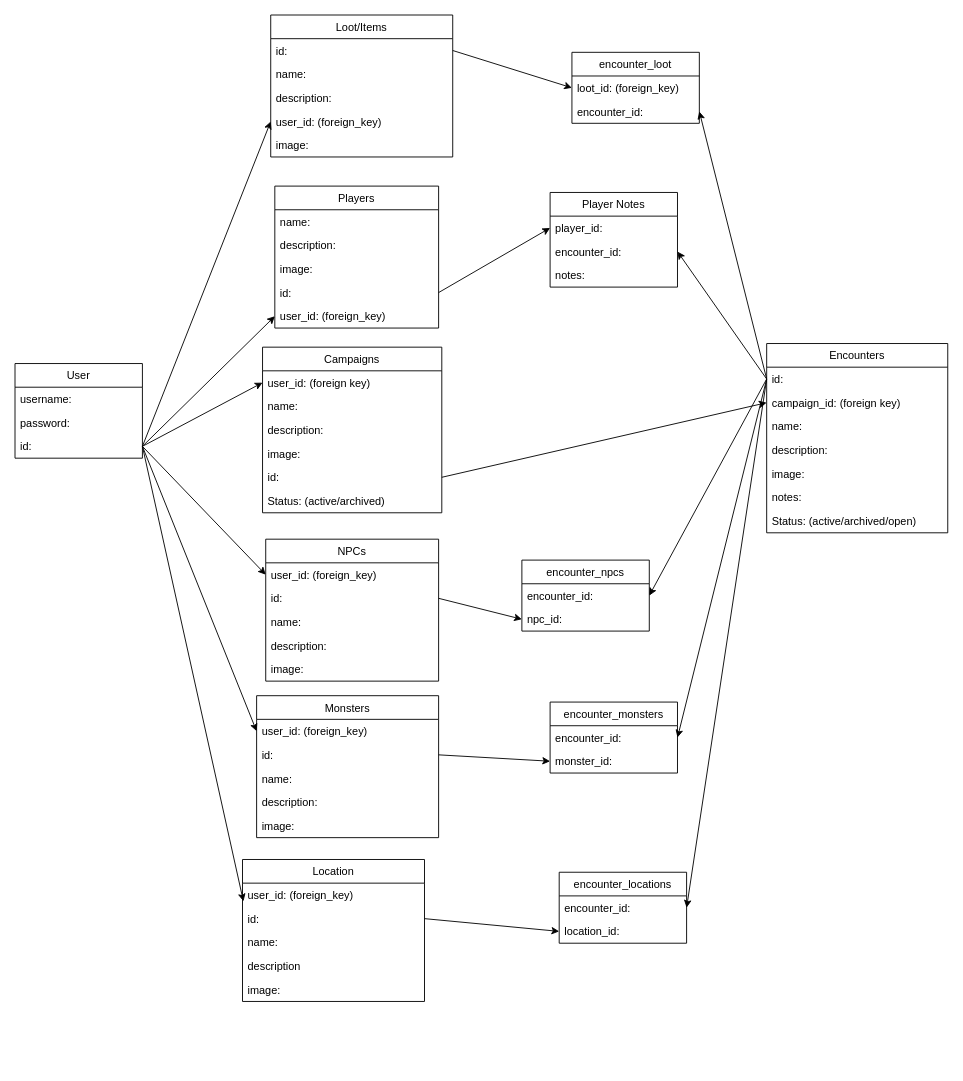
Earlier version of the draw.io diagram phase-4-project.drawio (Matt-Eva/Encounter). Source tidied: cells renumbered, new cells numbered last; positions are measured from the earlier drawing's top-left corner, leaving out a move shared by most shapes. Both pictures are drawn from the tidied source at 91%, with x=0, y=0 at pixel (15, 15).
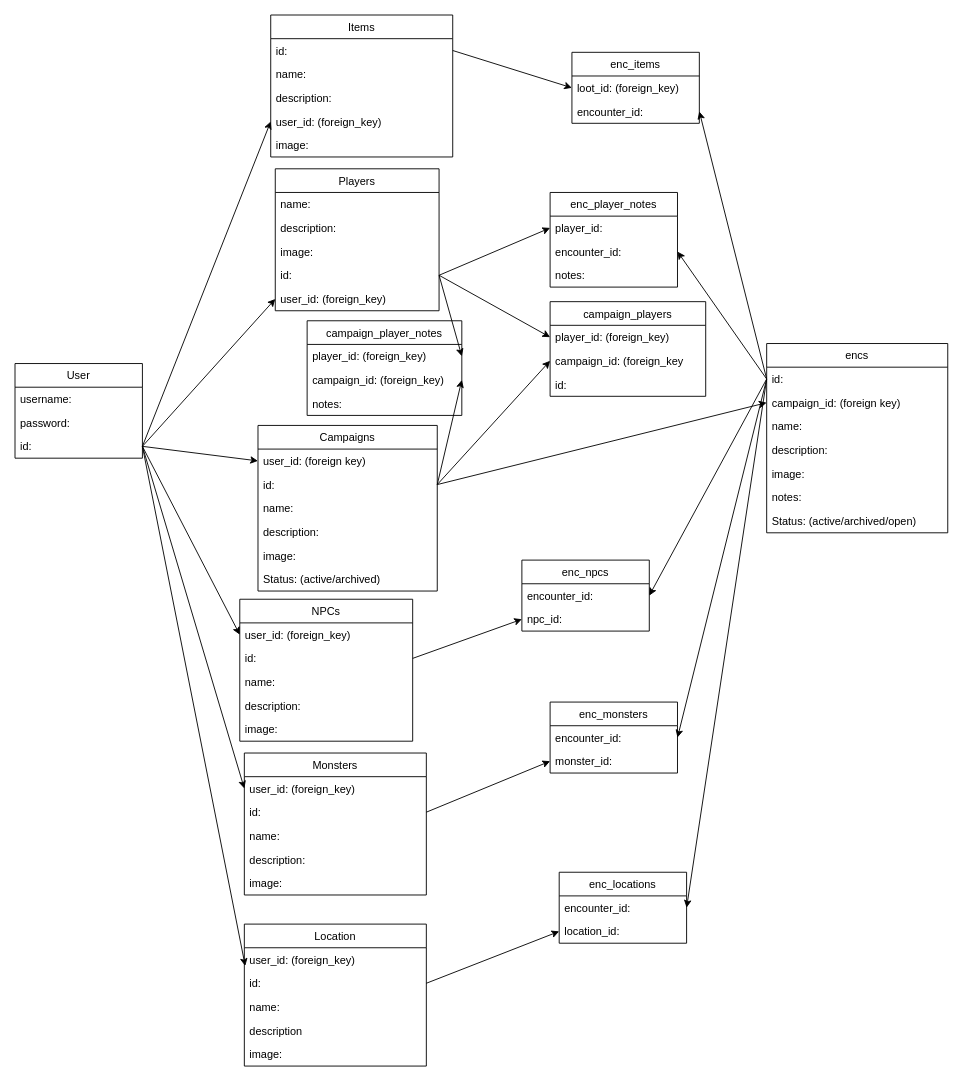
The same diagram, later.

The change refers to these unchanged cells:
```xml
<mxCell id="17" value="id:" style="text;strokeColor=none;fillColor=none;align=left;verticalAlign=top;spacingLeft=4;spacingRight=4;overflow=hidden;points=[[0,0.5],[1,0.5]];portConstraint=eastwest;" parent="13" vertex="1">
  <mxGeometry y="104" width="180" height="26" as="geometry" />
</mxCell>
```

Diff of the diagram source:
```diff
@@
     <mxCell id="6" value="Campaigns" style="swimlane;fontStyle=0;horizontal=1;startSize=26;fillColor=none;" parent="1" vertex="1">
-      <mxGeometry x="272" y="365" width="197" height="182" as="geometry" />
+      <mxGeometry x="267" y="451" width="197" height="182" as="geometry" />
     </mxCell>
@@
+    <mxCell id="11" value="id: " style="text;strokeColor=none;fillColor=none;align=left;verticalAlign=top;spacingLeft=4;spacingRight=4;overflow=hidden;points=[[0,0.5],[1,0.5]];portConstraint=eastwest;" parent="6" vertex="1">
+      <mxGeometry y="52" width="197" height="26" as="geometry" />
+    </mxCell>
     <mxCell id="8" value="name:" style="text;strokeColor=none;fillColor=none;align=left;verticalAlign=top;spacingLeft=4;spacingRight=4;overflow=hidden;" parent="6" vertex="1">
-      <mxGeometry y="52" width="197" height="26" as="geometry" />
+      <mxGeometry y="78" width="197" height="26" as="geometry" />
     </mxCell>
     <mxCell id="9" value="description: " style="text;strokeColor=none;fillColor=none;align=left;verticalAlign=top;spacingLeft=4;spacingRight=4;overflow=hidden;" parent="6" vertex="1">
-      <mxGeometry y="78" width="197" height="26" as="geometry" />
+      <mxGeometry y="104" width="197" height="26" as="geometry" />
     </mxCell>
     <mxCell id="10" value="image: " style="text;strokeColor=none;fillColor=none;align=left;verticalAlign=top;spacingLeft=4;spacingRight=4;overflow=hidden;" parent="6" vertex="1">
-      <mxGeometry y="104" width="197" height="26" as="geometry" />
+      <mxGeometry y="130" width="197" height="26" as="geometry" />
     </mxCell>
-    <mxCell id="11" value="id: " style="text;strokeColor=none;fillColor=none;align=left;verticalAlign=top;spacingLeft=4;spacingRight=4;overflow=hidden;points=[[0,0.5],[1,0.5]];portConstraint=eastwest;" parent="6" vertex="1">
-      <mxGeometry y="130" width="197" height="26" as="geometry" />
-    </mxCell>
@@
     <mxCell id="13" value="Players" style="swimlane;fontStyle=0;horizontal=1;startSize=26;fillColor=none;" parent="1" vertex="1">
-      <mxGeometry x="285.5" y="188" width="180" height="156" as="geometry" />
+      <mxGeometry x="286" y="169" width="180" height="156" as="geometry" />
     </mxCell>
@@
-    <mxCell id="19" value="Encounters" style="swimlane;fontStyle=0;horizontal=1;startSize=26;fillColor=none;" parent="1" vertex="1">
+    <mxCell id="19" value="encs" style="swimlane;fontStyle=0;horizontal=1;startSize=26;fillColor=none;" parent="1" vertex="1">
       <mxGeometry x="826" y="361" width="199" height="208" as="geometry" />
     </mxCell>
@@
     <mxCell id="27" value="NPCs" style="swimlane;fontStyle=0;horizontal=1;startSize=26;fillColor=none;" parent="1" vertex="1">
-      <mxGeometry x="275.5" y="576" width="190" height="156" as="geometry" />
+      <mxGeometry x="247" y="642" width="190" height="156" as="geometry" />
     </mxCell>
@@
     <mxCell id="33" value="Monsters" style="swimlane;fontStyle=0;horizontal=1;startSize=26;fillColor=none;" parent="1" vertex="1">
-      <mxGeometry x="265.5" y="748" width="200" height="156" as="geometry" />
+      <mxGeometry x="252" y="811" width="200" height="156" as="geometry" />
     </mxCell>
@@
-    <mxCell id="39" value="Loot/Items" style="swimlane;fontStyle=0;horizontal=1;startSize=26;fillColor=none;" parent="1" vertex="1">
+    <mxCell id="39" value="Items" style="swimlane;fontStyle=0;horizontal=1;startSize=26;fillColor=none;" parent="1" vertex="1">
       <mxGeometry x="281" width="200" height="156" as="geometry" />
     </mxCell>
@@
-    <mxCell id="45" value="Player Notes" style="swimlane;fontStyle=0;horizontal=1;startSize=26;fillColor=none;" parent="1" vertex="1">
+    <mxCell id="45" value="enc_player_notes" style="swimlane;fontStyle=0;horizontal=1;startSize=26;fillColor=none;" parent="1" vertex="1">
       <mxGeometry x="588" y="195" width="140" height="104" as="geometry" />
     </mxCell>
@@
-    <mxCell id="49" value="encounter_npcs" style="swimlane;fontStyle=0;horizontal=1;startSize=26;fillColor=none;" parent="1" vertex="1">
+    <mxCell id="49" value="enc_npcs" style="swimlane;fontStyle=0;horizontal=1;startSize=26;fillColor=none;" parent="1" vertex="1">
       <mxGeometry x="557" y="599" width="140" height="78" as="geometry" />
     </mxCell>
@@
-    <mxCell id="52" value="encounter_monsters" style="swimlane;fontStyle=0;horizontal=1;startSize=26;fillColor=none;" parent="1" vertex="1">
+    <mxCell id="52" value="enc_monsters" style="swimlane;fontStyle=0;horizontal=1;startSize=26;fillColor=none;" parent="1" vertex="1">
       <mxGeometry x="588" y="755" width="140" height="78" as="geometry" />
     </mxCell>
@@
-    <mxCell id="55" value="encounter_loot" style="swimlane;fontStyle=0;horizontal=1;startSize=26;fillColor=none;" parent="1" vertex="1">
+    <mxCell id="55" value="enc_items" style="swimlane;fontStyle=0;horizontal=1;startSize=26;fillColor=none;" parent="1" vertex="1">
       <mxGeometry x="612" y="41" width="140" height="78" as="geometry" />
     </mxCell>
@@
     <mxCell id="59" value="Location" style="swimlane;fontStyle=0;horizontal=1;startSize=26;fillColor=none;" parent="1" vertex="1">
-      <mxGeometry x="250" y="928" width="200" height="156" as="geometry" />
+      <mxGeometry x="252" y="999" width="200" height="156" as="geometry" />
     </mxCell>
@@
-    <mxCell id="65" value="encounter_locations" style="swimlane;fontStyle=0;horizontal=1;startSize=26;fillColor=none;" parent="1" vertex="1">
+    <mxCell id="65" value="enc_locations" style="swimlane;fontStyle=0;horizontal=1;startSize=26;fillColor=none;" parent="1" vertex="1">
       <mxGeometry x="598" y="942" width="140" height="78" as="geometry" />
     </mxCell>
@@
+    <mxCell id="85" value="campaign_players" style="swimlane;fontStyle=0;horizontal=1;startSize=26;fillColor=none;" parent="1" vertex="1">
+      <mxGeometry x="588" y="315" width="171" height="104" as="geometry" />
+    </mxCell>
+    <mxCell id="86" value="player_id: (foreign_key)" style="text;strokeColor=none;fillColor=none;align=left;verticalAlign=top;spacingLeft=4;spacingRight=4;overflow=hidden;points=[[0,0.5],[1,0.5]];portConstraint=eastwest;" parent="85" vertex="1">
+      <mxGeometry y="26" width="171" height="26" as="geometry" />
+    </mxCell>
+    <mxCell id="87" value="campaign_id: (foreign_key" style="text;strokeColor=none;fillColor=none;align=left;verticalAlign=top;spacingLeft=4;spacingRight=4;overflow=hidden;points=[[0,0.5],[1,0.5]];portConstraint=eastwest;" parent="85" vertex="1">
+      <mxGeometry y="52" width="171" height="26" as="geometry" />
+    </mxCell>
+    <mxCell id="88" value="id:" style="text;strokeColor=none;fillColor=none;align=left;verticalAlign=top;spacingLeft=4;spacingRight=4;overflow=hidden;" parent="85" vertex="1">
+      <mxGeometry y="78" width="171" height="26" as="geometry" />
+    </mxCell>
+    <mxCell id="89" style="edgeStyle=none;html=1;exitX=1;exitY=0.5;exitDx=0;exitDy=0;entryX=0;entryY=0.5;entryDx=0;entryDy=0;" parent="1" edge="1" source="11" target="87">
+      <mxGeometry relative="1" as="geometry" />
+    </mxCell>
+    <mxCell id="90" value="campaign_player_notes" style="swimlane;fontStyle=0;horizontal=1;startSize=26;fillColor=none;" parent="1" vertex="1">
+      <mxGeometry x="321" y="336" width="170" height="104" as="geometry" />
+    </mxCell>
+    <mxCell id="91" value="player_id: (foreign_key)" style="text;strokeColor=none;fillColor=none;align=left;verticalAlign=top;spacingLeft=4;spacingRight=4;overflow=hidden;points=[[0,0.5],[1,0.5]];portConstraint=eastwest;" parent="90" vertex="1">
+      <mxGeometry y="26" width="170" height="26" as="geometry" />
+    </mxCell>
+    <mxCell id="92" value="campaign_id: (foreign_key)" style="text;strokeColor=none;fillColor=none;align=left;verticalAlign=top;spacingLeft=4;spacingRight=4;overflow=hidden;points=[[0,0.5],[1,0.5]];portConstraint=eastwest;" parent="90" vertex="1">
+      <mxGeometry y="52" width="170" height="26" as="geometry" />
+    </mxCell>
+    <mxCell id="93" value="notes:" style="text;strokeColor=none;fillColor=none;align=left;verticalAlign=top;spacingLeft=4;spacingRight=4;overflow=hidden;" parent="90" vertex="1">
+      <mxGeometry y="78" width="170" height="26" as="geometry" />
+    </mxCell>
+    <mxCell id="94" style="edgeStyle=none;html=1;exitX=1;exitY=0.5;exitDx=0;exitDy=0;entryX=0;entryY=0.5;entryDx=0;entryDy=0;" parent="1" edge="1" source="17" target="86">
+      <mxGeometry relative="1" as="geometry" />
+    </mxCell>
+    <mxCell id="95" style="edgeStyle=none;html=1;exitX=1;exitY=0.5;exitDx=0;exitDy=0;entryX=1;entryY=0.5;entryDx=0;entryDy=0;" parent="1" edge="1" source="17" target="91">
+      <mxGeometry relative="1" as="geometry" />
+    </mxCell>
+    <mxCell id="96" style="edgeStyle=none;html=1;exitX=1;exitY=0.5;exitDx=0;exitDy=0;entryX=1;entryY=0.5;entryDx=0;entryDy=0;" parent="1" edge="1" source="11" target="92">
+      <mxGeometry relative="1" as="geometry" />
+    </mxCell>
```
